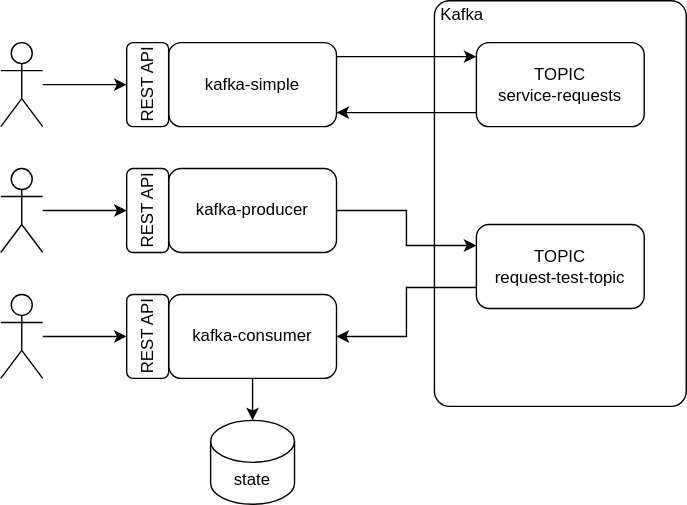
The draw.io diagram spring-kafka/docs/kafka-demo.svg in jveverka/spring-examples, before a commit. Source tidied: cells renumbered, new cells last; positions are measured from the earlier drawing's top-left corner, leaving out a move shared by most shapes. Source of this version:
```xml
<mxGraphModel>
  <root>
    <mxCell id="0" />
    <mxCell id="1" parent="0" />
    <mxCell id="2" style="rounded=1;whiteSpace=wrap;html=1;arcSize=6;" parent="1" vertex="1">
      <mxGeometry x="310" width="180" height="290" as="geometry" />
    </mxCell>
    <mxCell id="3" style="edgeStyle=orthogonalEdgeStyle;rounded=0;jettySize=auto;html=1;" parent="1" edge="1" source="5" target="7">
      <mxGeometry relative="1" as="geometry">
        <Array as="points">
          <mxPoint x="310" y="40" />
          <mxPoint x="310" y="40" />
        </Array>
      </mxGeometry>
    </mxCell>
    <mxCell id="4" style="edgeStyle=orthogonalEdgeStyle;rounded=0;jettySize=auto;html=1;startArrow=classic;startFill=1;endArrow=none;endFill=0;" parent="1" edge="1" source="5" target="7">
      <mxGeometry relative="1" as="geometry">
        <Array as="points">
          <mxPoint x="250" y="80" />
          <mxPoint x="250" y="80" />
        </Array>
      </mxGeometry>
    </mxCell>
    <mxCell id="5" value="kafka-simple" style="rounded=1;whiteSpace=wrap;html=1;" parent="1" vertex="1">
      <mxGeometry x="120" y="30" width="120" height="60" as="geometry" />
    </mxCell>
    <mxCell id="6" value="Kafka" style="text;html=1;strokeColor=none;fillColor=none;align=center;verticalAlign=middle;whiteSpace=wrap;rounded=0;" parent="1" vertex="1">
      <mxGeometry x="310" width="40" height="20" as="geometry" />
    </mxCell>
    <mxCell id="7" value="TOPIC&lt;br&gt;service-requests" style="rounded=1;whiteSpace=wrap;html=1;" parent="1" vertex="1">
      <mxGeometry x="340" y="30" width="120" height="60" as="geometry" />
    </mxCell>
    <mxCell id="8" value="REST API" style="rounded=1;whiteSpace=wrap;html=1;rotation=-90;" parent="1" vertex="1">
      <mxGeometry x="75" y="45" width="60" height="30" as="geometry" />
    </mxCell>
    <mxCell id="9" style="edgeStyle=orthogonalEdgeStyle;rounded=0;jettySize=auto;html=1;entryX=0;entryY=0.25;entryDx=0;entryDy=0;startArrow=none;startFill=0;endArrow=classic;endFill=1;" parent="1" edge="1" source="10" target="16">
      <mxGeometry relative="1" as="geometry" />
    </mxCell>
    <mxCell id="10" value="kafka-producer" style="rounded=1;whiteSpace=wrap;html=1;" parent="1" vertex="1">
      <mxGeometry x="120" y="120" width="120" height="60" as="geometry" />
    </mxCell>
    <mxCell id="11" value="REST API" style="rounded=1;whiteSpace=wrap;html=1;rotation=-90;" parent="1" vertex="1">
      <mxGeometry x="75" y="135" width="60" height="30" as="geometry" />
    </mxCell>
    <mxCell id="12" style="edgeStyle=orthogonalEdgeStyle;rounded=0;jettySize=auto;html=1;entryX=0;entryY=0.75;entryDx=0;entryDy=0;startArrow=classic;startFill=1;endArrow=none;endFill=0;" parent="1" edge="1" source="14" target="16">
      <mxGeometry relative="1" as="geometry" />
    </mxCell>
    <mxCell id="13" style="edgeStyle=orthogonalEdgeStyle;rounded=0;jettySize=auto;html=1;startArrow=none;startFill=0;endArrow=classic;endFill=1;" parent="1" edge="1" source="14" target="23">
      <mxGeometry relative="1" as="geometry" />
    </mxCell>
    <mxCell id="14" value="kafka-consumer" style="rounded=1;whiteSpace=wrap;html=1;" parent="1" vertex="1">
      <mxGeometry x="120" y="210" width="120" height="60" as="geometry" />
    </mxCell>
    <mxCell id="15" value="REST API" style="rounded=1;whiteSpace=wrap;html=1;rotation=-90;" parent="1" vertex="1">
      <mxGeometry x="75" y="225" width="60" height="30" as="geometry" />
    </mxCell>
    <mxCell id="16" value="TOPIC&lt;br&gt;request-test-topic" style="rounded=1;whiteSpace=wrap;html=1;" parent="1" vertex="1">
      <mxGeometry x="340" y="160" width="120" height="60" as="geometry" />
    </mxCell>
    <mxCell id="17" style="edgeStyle=orthogonalEdgeStyle;rounded=0;jettySize=auto;html=1;startArrow=none;startFill=0;endArrow=classic;endFill=1;" parent="1" edge="1" source="18" target="8">
      <mxGeometry relative="1" as="geometry" />
    </mxCell>
    <mxCell id="18" style="shape=umlActor;verticalLabelPosition=bottom;verticalAlign=top;html=1;outlineConnect=0;" parent="1" vertex="1">
      <mxGeometry y="30" width="30" height="60" as="geometry" />
    </mxCell>
    <mxCell id="19" style="edgeStyle=orthogonalEdgeStyle;rounded=0;jettySize=auto;html=1;startArrow=none;startFill=0;endArrow=classic;endFill=1;" parent="1" edge="1" source="20" target="11">
      <mxGeometry relative="1" as="geometry" />
    </mxCell>
    <mxCell id="20" style="shape=umlActor;verticalLabelPosition=bottom;verticalAlign=top;html=1;outlineConnect=0;" parent="1" vertex="1">
      <mxGeometry y="120" width="30" height="60" as="geometry" />
    </mxCell>
    <mxCell id="21" style="edgeStyle=orthogonalEdgeStyle;rounded=0;jettySize=auto;html=1;startArrow=none;startFill=0;endArrow=classic;endFill=1;" parent="1" edge="1" source="22" target="15">
      <mxGeometry relative="1" as="geometry" />
    </mxCell>
    <mxCell id="22" style="shape=umlActor;verticalLabelPosition=bottom;verticalAlign=top;html=1;outlineConnect=0;" parent="1" vertex="1">
      <mxGeometry y="210" width="30" height="60" as="geometry" />
    </mxCell>
    <mxCell id="23" value="state" style="shape=cylinder3;whiteSpace=wrap;html=1;boundedLbl=1;backgroundOutline=1;size=15;" parent="1" vertex="1">
      <mxGeometry x="150" y="300" width="60" height="60" as="geometry" />
    </mxCell>
  </root>
</mxGraphModel>
```
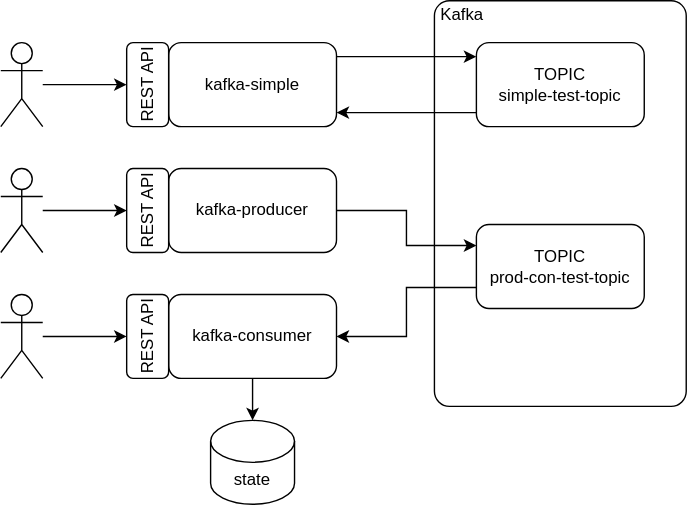
Later version of the same file.

What changed in the source:
```diff
@@ -27,7 +27,7 @@
     <mxCell id="6" value="Kafka" style="text;html=1;strokeColor=none;fillColor=none;align=center;verticalAlign=middle;whiteSpace=wrap;rounded=0;" parent="1" vertex="1">
       <mxGeometry x="310" width="40" height="20" as="geometry" />
     </mxCell>
-    <mxCell id="7" value="TOPIC&lt;br&gt;service-requests" style="rounded=1;whiteSpace=wrap;html=1;" parent="1" vertex="1">
+    <mxCell id="7" value="TOPIC&lt;br&gt;simple-test-topic" style="rounded=1;whiteSpace=wrap;html=1;" parent="1" vertex="1">
       <mxGeometry x="340" y="30" width="120" height="60" as="geometry" />
     </mxCell>
     <mxCell id="8" value="REST API" style="rounded=1;whiteSpace=wrap;html=1;rotation=-90;" parent="1" vertex="1">
@@ -54,7 +54,7 @@
     <mxCell id="15" value="REST API" style="rounded=1;whiteSpace=wrap;html=1;rotation=-90;" parent="1" vertex="1">
       <mxGeometry x="75" y="225" width="60" height="30" as="geometry" />
     </mxCell>
-    <mxCell id="16" value="TOPIC&lt;br&gt;request-test-topic" style="rounded=1;whiteSpace=wrap;html=1;" parent="1" vertex="1">
+    <mxCell id="16" value="TOPIC&lt;br&gt;prod-con-test-topic" style="rounded=1;whiteSpace=wrap;html=1;" parent="1" vertex="1">
       <mxGeometry x="340" y="160" width="120" height="60" as="geometry" />
     </mxCell>
     <mxCell id="17" style="edgeStyle=orthogonalEdgeStyle;rounded=0;jettySize=auto;html=1;startArrow=none;startFill=0;endArrow=classic;endFill=1;" parent="1" edge="1" source="18" target="8">
```
